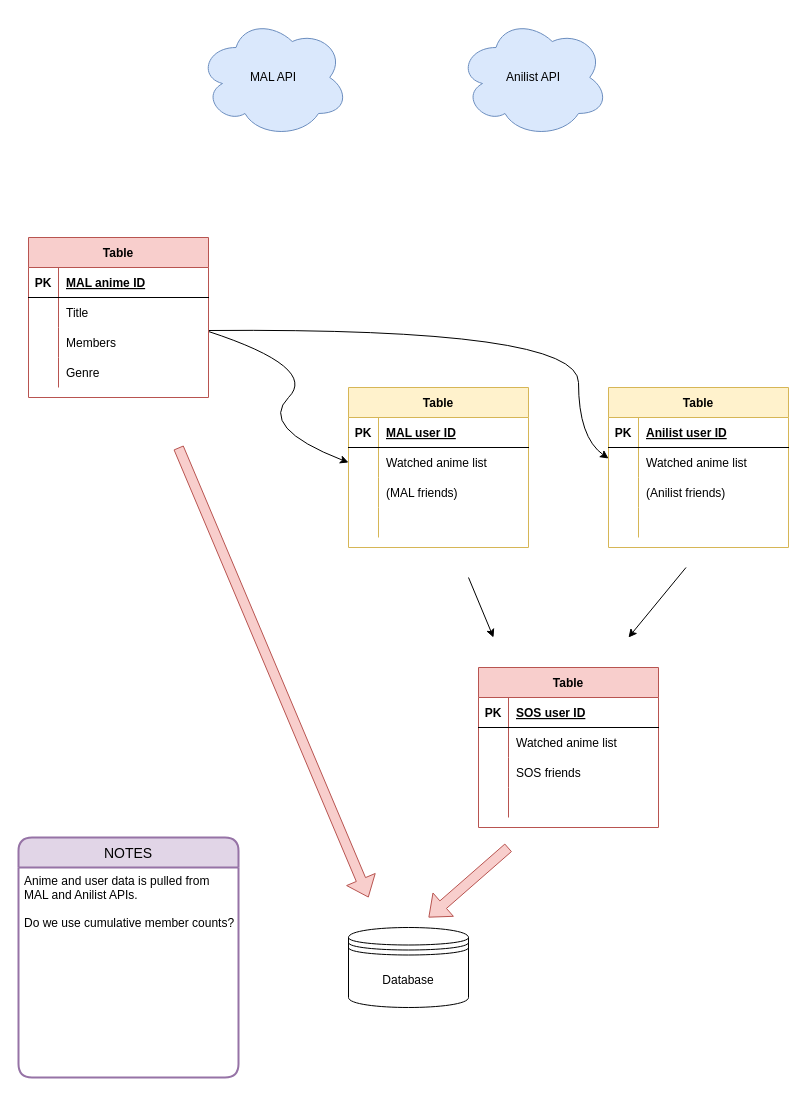
This is Untitled Diagram.drawio from heyitschun/animegraph-io, a draw.io file, before an edit. Source tidied: cells renumbered, new cells numbered last; positions are measured from the earlier drawing's top-left corner, leaving out a move shared by most shapes. Both pictures are drawn from the tidied source at 100%, with x=0, y=0 at pixel (18, 17).
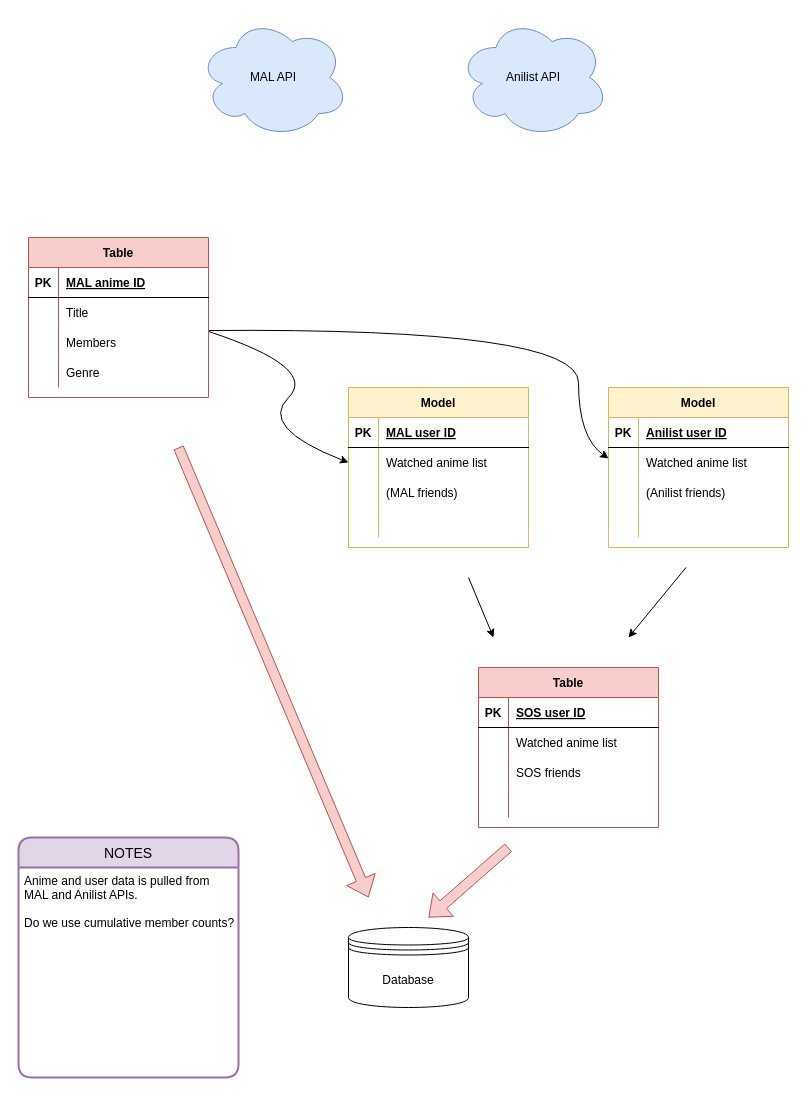
The same page after the edit.

Diff of the diagram source:
```diff
@@
-    <mxCell id="7" value="Table" style="shape=table;startSize=30;childLayout=tableLayout;rowLines=0;fontStyle=1;align=center;fillColor=#fff2cc;strokeColor=#d6b656;" parent="1" vertex="1">
+    <mxCell id="7" value="Model" style="shape=table;startSize=30;childLayout=tableLayout;rowLines=0;fontStyle=1;align=center;fillColor=#fff2cc;strokeColor=#d6b656;" parent="1" vertex="1">
       <mxGeometry x="330" y="370" width="180" height="160" as="geometry" />
     </mxCell>
@@
-    <mxCell id="20" value="Table" style="shape=table;startSize=30;childLayout=tableLayout;rowLines=0;fontStyle=1;align=center;fillColor=#fff2cc;strokeColor=#d6b656;" parent="1" vertex="1">
+    <mxCell id="20" value="Model" style="shape=table;startSize=30;childLayout=tableLayout;rowLines=0;fontStyle=1;align=center;fillColor=#fff2cc;strokeColor=#d6b656;" parent="1" vertex="1">
       <mxGeometry x="590" y="370" width="180" height="160" as="geometry" />
     </mxCell>
```
